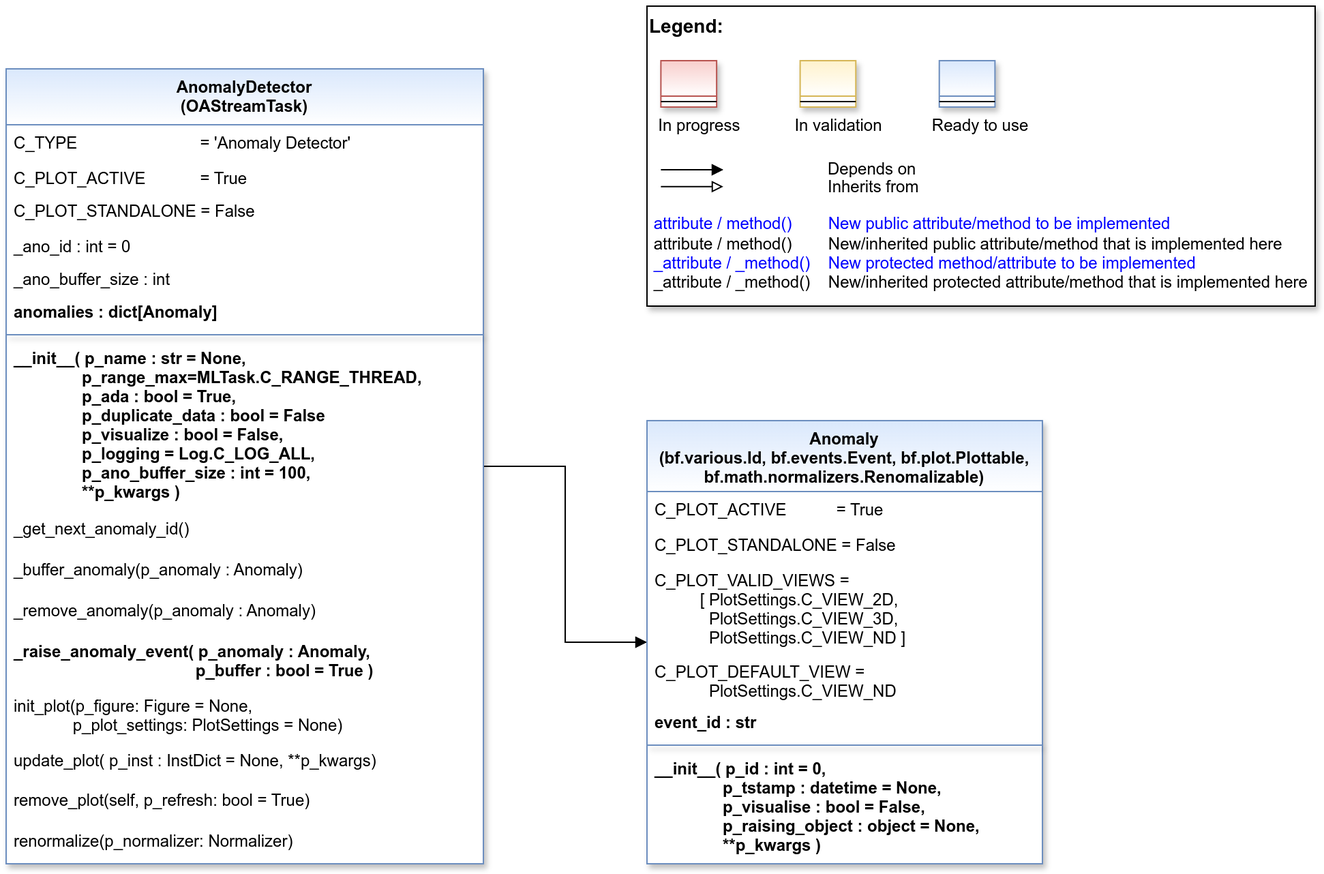
This is doc/rtd/content/99_appendices/appendix2/sub/mlpro_oa/streams/30_anomaly_detection/images/MLPro-OA-Anomaly-Detectors_class_diagram.drawio.png from fhswf/MLPro, a draw.io export, as it was before one commit. Source tidied: cells renumbered, new cells last; positions are measured from the earlier drawing's top-left corner, leaving out a move shared by most shapes.
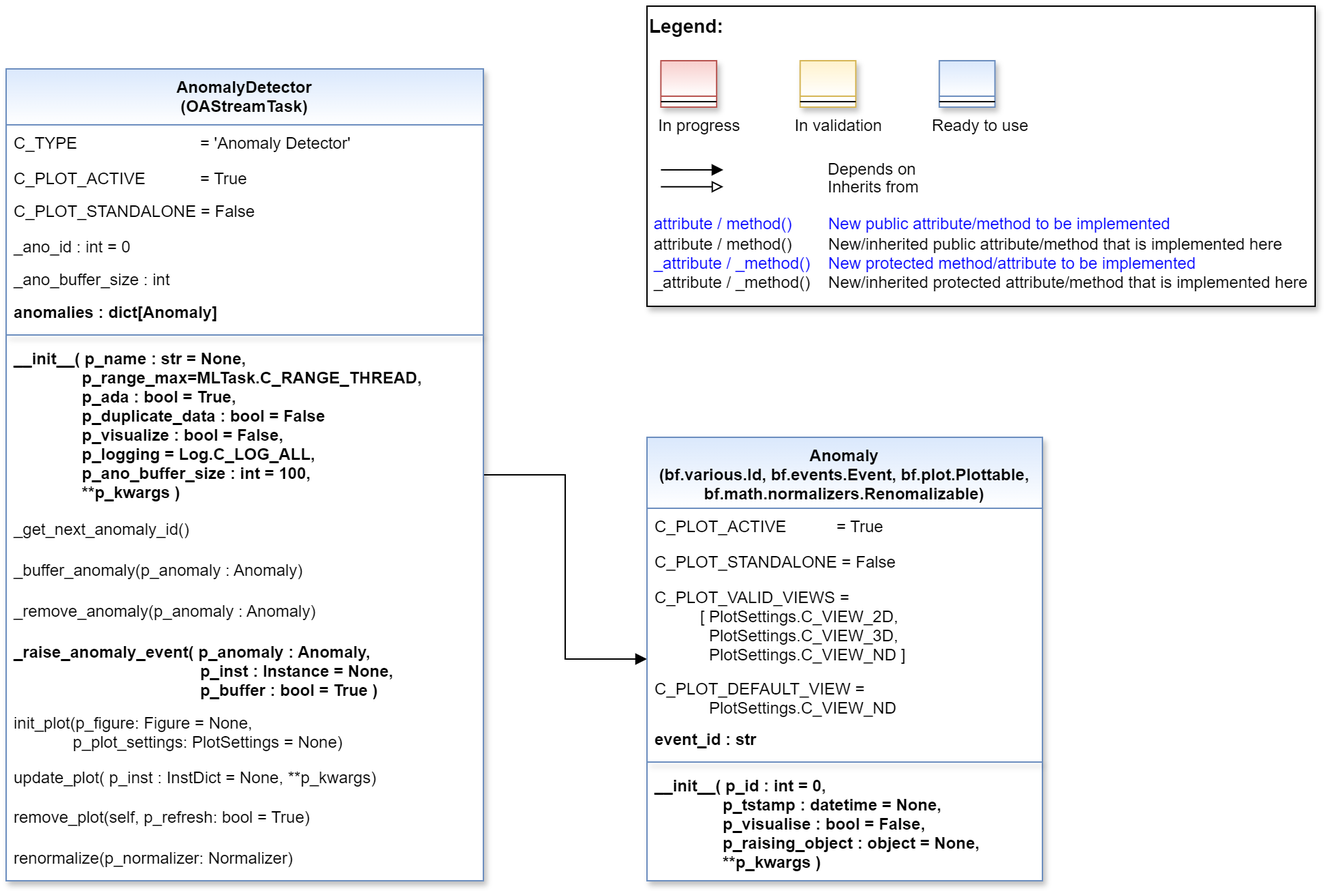
Later version of the same file.

What changed in the source:
```diff
@@ -47,7 +47,7 @@
       <mxGeometry relative="1" as="geometry" />
     </mxCell>
     <mxCell id="13" value="AnomalyDetector&#10;(OAStreamTask)" style="swimlane;align=center;verticalAlign=top;horizontal=1;startSize=41;rounded=0;shadow=1;strokeWidth=1;fillColor=#dae8fc;strokeColor=#6c8ebf;swimlaneFillColor=#ffffff;gradientColor=#FFFFFF;" parent="1" vertex="1">
-      <mxGeometry y="46" width="350" height="583" as="geometry" />
+      <mxGeometry y="46" width="350" height="595" as="geometry" />
     </mxCell>
     <mxCell id="14" value="C_TYPE                           = 'Anomaly Detector'" style="text;align=left;verticalAlign=top;spacingLeft=4;spacingRight=4;overflow=hidden;fontStyle=0;fontColor=default;" parent="13" vertex="1">
       <mxGeometry y="41" width="350" height="26" as="geometry" />
@@ -82,23 +82,23 @@
     <mxCell id="24" value="_remove_anomaly(p_anomaly : Anomaly)" style="text;align=left;verticalAlign=top;spacingLeft=4;spacingRight=4;overflow=hidden;shadow=1;" parent="13" vertex="1">
       <mxGeometry y="384" width="350" height="30" as="geometry" />
     </mxCell>
-    <mxCell id="25" value="_raise_anomaly_event( p_anomaly : Anomaly, &#10;                                        p_buffer : bool = True )" style="text;align=left;verticalAlign=top;spacingLeft=4;spacingRight=4;overflow=hidden;shadow=1;fontStyle=1;" parent="13" vertex="1">
-      <mxGeometry y="414" width="350" height="40" as="geometry" />
+    <mxCell id="25" value="_raise_anomaly_event( p_anomaly : Anomaly, &#10;                                         p_inst : Instance = None,&#10;                                         p_buffer : bool = True )" style="text;align=left;verticalAlign=top;spacingLeft=4;spacingRight=4;overflow=hidden;shadow=1;fontStyle=1;" parent="13" vertex="1">
+      <mxGeometry y="414" width="350" height="52" as="geometry" />
     </mxCell>
     <mxCell id="26" value="init_plot(p_figure: Figure = None,&#10;             p_plot_settings: PlotSettings = None)" style="text;align=left;verticalAlign=top;spacingLeft=4;spacingRight=4;overflow=hidden;shadow=1;fontStyle=0;" parent="13" vertex="1">
-      <mxGeometry y="454" width="350" height="40" as="geometry" />
+      <mxGeometry y="466" width="350" height="40" as="geometry" />
     </mxCell>
     <mxCell id="27" value="update_plot( p_inst : InstDict = None, **p_kwargs)" style="text;align=left;verticalAlign=top;spacingLeft=4;spacingRight=4;overflow=hidden;shadow=1;fontStyle=0;" parent="13" vertex="1">
-      <mxGeometry y="494" width="350" height="29" as="geometry" />
+      <mxGeometry y="506" width="350" height="29" as="geometry" />
     </mxCell>
     <mxCell id="28" value="remove_plot(self, p_refresh: bool = True)" style="text;align=left;verticalAlign=top;spacingLeft=4;spacingRight=4;overflow=hidden;shadow=1;fontStyle=0;" parent="13" vertex="1">
-      <mxGeometry y="523" width="350" height="30" as="geometry" />
+      <mxGeometry y="535" width="350" height="30" as="geometry" />
     </mxCell>
     <mxCell id="29" value="renormalize(p_normalizer: Normalizer) " style="text;align=left;verticalAlign=top;spacingLeft=4;spacingRight=4;overflow=hidden;shadow=1;fontStyle=0;" parent="13" vertex="1">
-      <mxGeometry y="553" width="350" height="30" as="geometry" />
+      <mxGeometry y="565" width="350" height="30" as="geometry" />
     </mxCell>
     <mxCell id="30" value="Anomaly &#10;(bf.various.Id, bf.events.Event, bf.plot.Plottable,&#10;bf.math.normalizers.Renomalizable)" style="swimlane;fontStyle=1;align=center;verticalAlign=top;horizontal=1;startSize=52;rounded=0;shadow=1;strokeWidth=1;fillColor=#dae8fc;strokeColor=#6c8ebf;swimlaneFillColor=#ffffff;fontFamily=Helvetica;fontSize=12;gradientColor=#FFFFFF;" parent="1" vertex="1">
-      <mxGeometry x="470" y="304" width="290" height="325" as="geometry" />
+      <mxGeometry x="470" y="316" width="290" height="325" as="geometry" />
     </mxCell>
     <mxCell id="31" value="C_PLOT_ACTIVE           = True" style="text;align=left;verticalAlign=top;spacingLeft=4;spacingRight=4;overflow=hidden;" parent="30" vertex="1">
       <mxGeometry y="52" width="290" height="26" as="geometry" />
```
